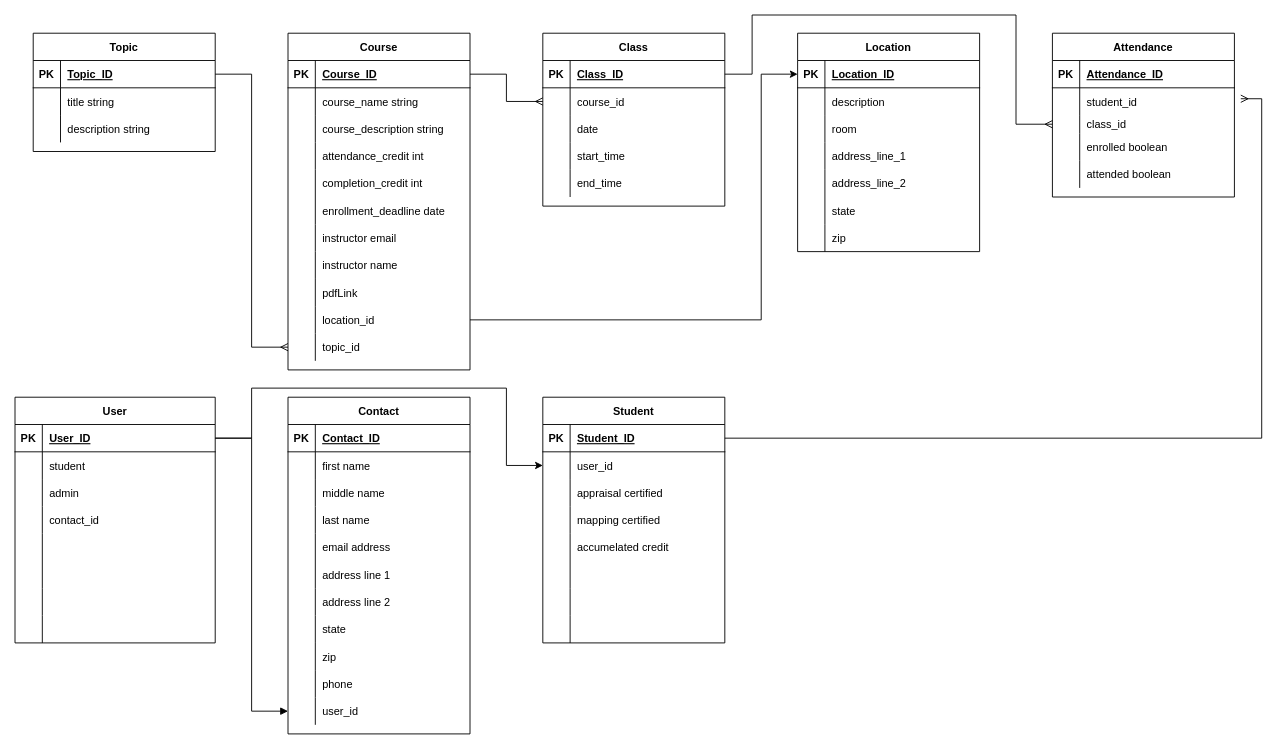
ArthurEOrtiz/ISTC keeps this draw.io diagram as Education/Documents/EducationalProgram.drawio. Above is the earlier version. Source tidied: cells renumbered, new cells numbered last; positions are measured from the earlier drawing's top-left corner, leaving out a move shared by most shapes. Both pictures are drawn from the tidied source at 91%, with x=0, y=0 at pixel (15, 15).
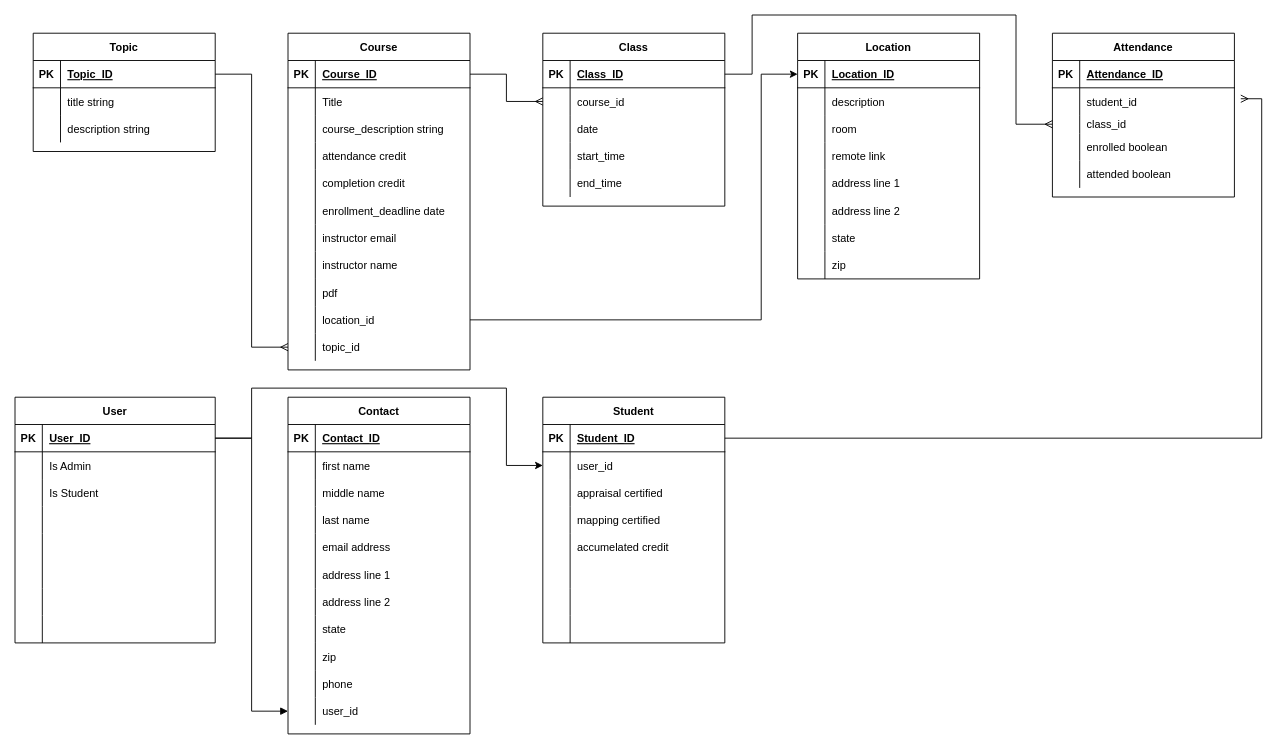
The same page after the edit.

The change refers to these unchanged cells:
```xml
<mxCell id="63" style="shape=partialRectangle;fillColor=none;top=0;left=0;right=0;bottom=0;" parent="59" vertex="1">
  <mxGeometry y="60" width="200" height="30" as="geometry" />
</mxCell>
<mxCell id="69" style="shape=partialRectangle;fillColor=none;top=0;left=0;right=0;bottom=0;" parent="59" vertex="1">
  <mxGeometry y="120" width="200" height="30" as="geometry" />
</mxCell>
<mxCell id="72" style="shape=partialRectangle;fillColor=none;top=0;left=0;right=0;bottom=0;" parent="59" vertex="1">
  <mxGeometry y="150" width="200" height="30" as="geometry" />
</mxCell>
<mxCell id="84" style="shape=partialRectangle;fillColor=none;top=0;left=0;right=0;bottom=0;" parent="59" vertex="1">
  <mxGeometry y="270" width="200" height="30" as="geometry" />
</mxCell>
<mxCell id="103" style="shape=partialRectangle;fillColor=none;top=0;left=0;right=0;bottom=0;" parent="93" vertex="1">
  <mxGeometry y="120" width="200" height="30" as="geometry" />
</mxCell>
<mxCell id="106" style="shape=partialRectangle;fillColor=none;top=0;left=0;right=0;bottom=0;" parent="93" vertex="1">
  <mxGeometry y="150" width="200" height="30" as="geometry" />
</mxCell>
<mxCell id="109" style="shape=partialRectangle;fillColor=none;top=0;left=0;right=0;bottom=0;" parent="93" vertex="1">
  <mxGeometry y="180" width="200" height="30" as="geometry" />
</mxCell>
<mxCell id="112" style="shape=partialRectangle;fillColor=none;top=0;left=0;right=0;bottom=0;" parent="93" vertex="1">
  <mxGeometry y="210" width="200" height="30" as="geometry" />
</mxCell>
<mxCell id="164" style="shape=partialRectangle;fillColor=none;top=0;left=0;right=0;bottom=0;" parent="160" vertex="1">
  <mxGeometry y="60" width="220" height="30" as="geometry" />
</mxCell>
<mxCell id="167" style="shape=partialRectangle;fillColor=none;top=0;left=0;right=0;bottom=0;" parent="160" vertex="1">
  <mxGeometry y="90" width="220" height="30" as="geometry" />
</mxCell>
<mxCell id="170" style="shape=partialRectangle;fillColor=none;top=0;left=0;right=0;bottom=0;" parent="160" vertex="1">
  <mxGeometry y="120" width="220" height="30" as="geometry" />
</mxCell>
```

Diff of the diagram source:
```diff
@@
-    <mxCell id="65" value="course_name string" style="shape=partialRectangle;overflow=hidden;fillColor=none;top=0;left=0;bottom=0;right=0;align=left;spacingLeft=6;" parent="63" vertex="1">
+    <mxCell id="65" value="Title" style="shape=partialRectangle;overflow=hidden;fillColor=none;top=0;left=0;bottom=0;right=0;align=left;spacingLeft=6;" parent="63" vertex="1">
       <mxGeometry x="30" width="170" height="30" as="geometry" />
     </mxCell>
@@
-    <mxCell id="71" value="attendance_credit int" style="shape=partialRectangle;overflow=hidden;fillColor=none;top=0;left=0;bottom=0;right=0;align=left;spacingLeft=6;" parent="69" vertex="1">
+    <mxCell id="71" value="attendance credit " style="shape=partialRectangle;overflow=hidden;fillColor=none;top=0;left=0;bottom=0;right=0;align=left;spacingLeft=6;" parent="69" vertex="1">
       <mxGeometry x="30" width="170" height="30" as="geometry" />
     </mxCell>
@@
-    <mxCell id="74" value="completion_credit int" style="shape=partialRectangle;overflow=hidden;fillColor=none;top=0;left=0;bottom=0;right=0;align=left;spacingLeft=6;" parent="72" vertex="1">
+    <mxCell id="74" value="completion credit " style="shape=partialRectangle;overflow=hidden;fillColor=none;top=0;left=0;bottom=0;right=0;align=left;spacingLeft=6;" parent="72" vertex="1">
       <mxGeometry x="30" width="170" height="30" as="geometry" />
     </mxCell>
@@
-    <mxCell id="86" value="pdfLink" style="shape=partialRectangle;overflow=hidden;fillColor=none;top=0;left=0;bottom=0;right=0;align=left;spacingLeft=6;" parent="84" vertex="1">
+    <mxCell id="86" value="pdf" style="shape=partialRectangle;overflow=hidden;fillColor=none;top=0;left=0;bottom=0;right=0;align=left;spacingLeft=6;" parent="84" vertex="1">
       <mxGeometry x="30" width="170" height="30" as="geometry" />
     </mxCell>
@@
     <mxCell id="93" value="Location" style="shape=table;startSize=30;childLayout=tableLayout;rowLines=0;fontStyle=1;align=center;" parent="1" vertex="1">
-      <mxGeometry x="860" y="20" width="200" height="240" as="geometry" />
+      <mxGeometry x="860" y="20" width="200" height="270" as="geometry" />
     </mxCell>
@@
-    <mxCell id="105" value="address_line_1 " style="shape=partialRectangle;overflow=hidden;fillColor=none;top=0;left=0;bottom=0;right=0;align=left;spacingLeft=6;" parent="103" vertex="1">
+    <mxCell id="105" value="remote link" style="shape=partialRectangle;overflow=hidden;fillColor=none;top=0;left=0;bottom=0;right=0;align=left;spacingLeft=6;" parent="103" vertex="1">
       <mxGeometry x="30" width="170" height="30" as="geometry" />
     </mxCell>
@@
-    <mxCell id="108" value="address_line_2 " style="shape=partialRectangle;overflow=hidden;fillColor=none;top=0;left=0;bottom=0;right=0;align=left;spacingLeft=6;" parent="106" vertex="1">
+    <mxCell id="108" value="address line 1" style="shape=partialRectangle;overflow=hidden;fillColor=none;top=0;left=0;bottom=0;right=0;align=left;spacingLeft=6;" parent="106" vertex="1">
       <mxGeometry x="30" width="170" height="30" as="geometry" />
     </mxCell>
@@
-    <mxCell id="111" value="state " style="shape=partialRectangle;overflow=hidden;fillColor=none;top=0;left=0;bottom=0;right=0;align=left;spacingLeft=6;" parent="109" vertex="1">
+    <mxCell id="111" value="address line 2" style="shape=partialRectangle;overflow=hidden;fillColor=none;top=0;left=0;bottom=0;right=0;align=left;spacingLeft=6;" parent="109" vertex="1">
       <mxGeometry x="30" width="170" height="30" as="geometry" />
     </mxCell>
@@
-    <mxCell id="114" value="zip " style="shape=partialRectangle;overflow=hidden;fillColor=none;top=0;left=0;bottom=0;right=0;align=left;spacingLeft=6;" parent="112" vertex="1">
+    <mxCell id="114" value="state" style="shape=partialRectangle;overflow=hidden;fillColor=none;top=0;left=0;bottom=0;right=0;align=left;spacingLeft=6;" parent="112" vertex="1">
       <mxGeometry x="30" width="170" height="30" as="geometry" />
     </mxCell>
+    <mxCell id="191" style="shape=partialRectangle;fillColor=none;top=0;left=0;right=0;bottom=0;" parent="93" vertex="1">
+      <mxGeometry y="240" width="200" height="30" as="geometry" />
+    </mxCell>
+    <mxCell id="192" style="shape=partialRectangle;overflow=hidden;fillColor=none;top=0;left=0;bottom=0;right=0;" parent="191" vertex="1">
+      <mxGeometry width="30" height="30" as="geometry" />
+    </mxCell>
+    <mxCell id="193" value="zip " style="shape=partialRectangle;overflow=hidden;fillColor=none;top=0;left=0;bottom=0;right=0;align=left;spacingLeft=6;" parent="191" vertex="1">
+      <mxGeometry x="30" width="170" height="30" as="geometry" />
+    </mxCell>
@@
-    <mxCell id="166" value="student" style="shape=partialRectangle;overflow=hidden;fillColor=none;top=0;left=0;bottom=0;right=0;align=left;spacingLeft=6;" parent="164" vertex="1">
+    <mxCell id="166" value="Is Admin" style="shape=partialRectangle;overflow=hidden;fillColor=none;top=0;left=0;bottom=0;right=0;align=left;spacingLeft=6;" parent="164" vertex="1">
       <mxGeometry x="30" width="190" height="30" as="geometry" />
     </mxCell>
@@
-    <mxCell id="169" value="admin" style="shape=partialRectangle;overflow=hidden;fillColor=none;top=0;left=0;bottom=0;right=0;align=left;spacingLeft=6;" parent="167" vertex="1">
+    <mxCell id="169" value="Is Student" style="shape=partialRectangle;overflow=hidden;fillColor=none;top=0;left=0;bottom=0;right=0;align=left;spacingLeft=6;" parent="167" vertex="1">
       <mxGeometry x="30" width="190" height="30" as="geometry" />
     </mxCell>
@@
-    <mxCell id="172" value="contact_id" style="shape=partialRectangle;overflow=hidden;fillColor=none;top=0;left=0;bottom=0;right=0;align=left;spacingLeft=6;" parent="170" vertex="1">
+    <mxCell id="172" style="shape=partialRectangle;overflow=hidden;fillColor=none;top=0;left=0;bottom=0;right=0;align=left;spacingLeft=6;" parent="170" vertex="1">
       <mxGeometry x="30" width="190" height="30" as="geometry" />
     </mxCell>
```
